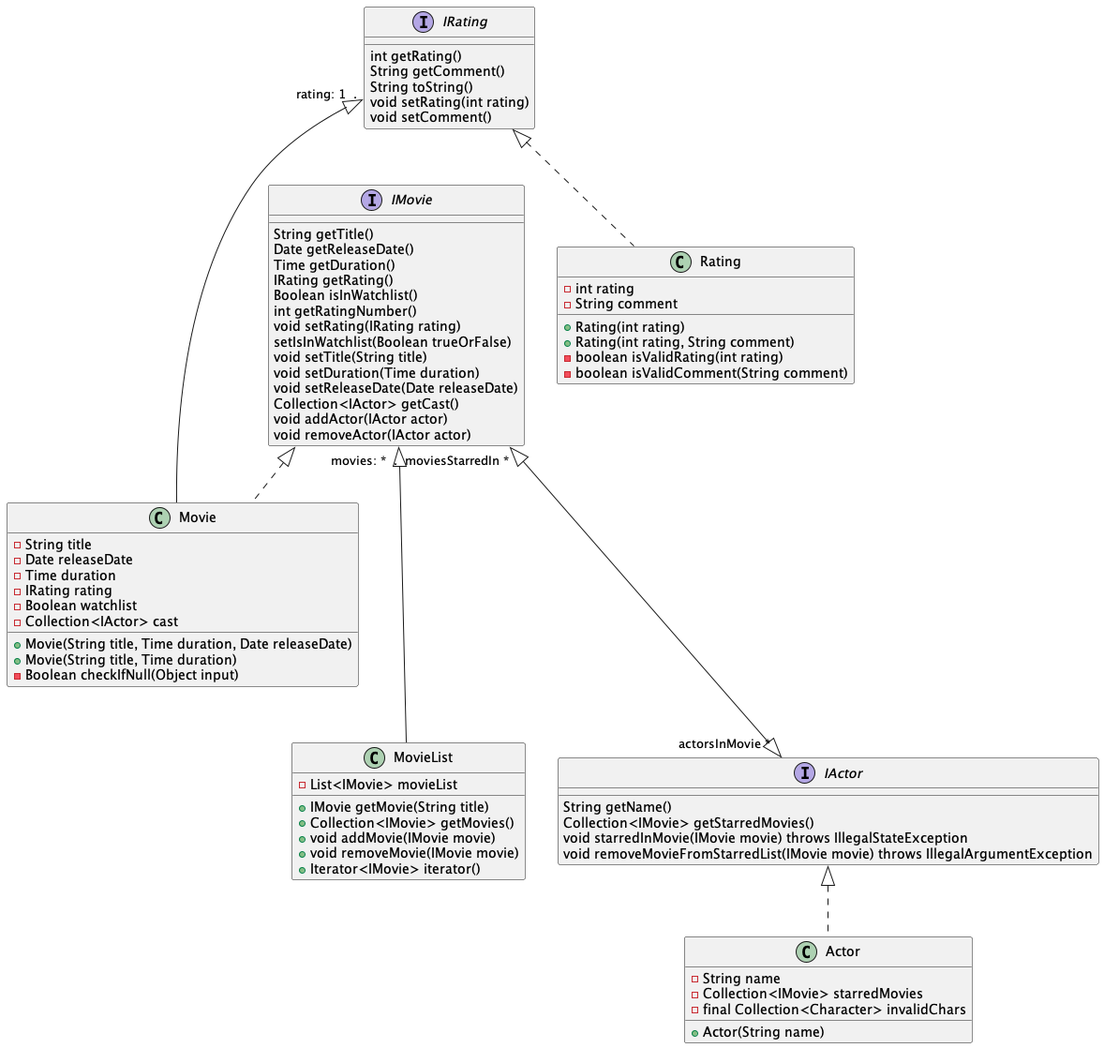
Above: mmt/diagrams/core-class-diagran-v2.png in AndreasMarken/IT1901 (PlantUML), before the change.
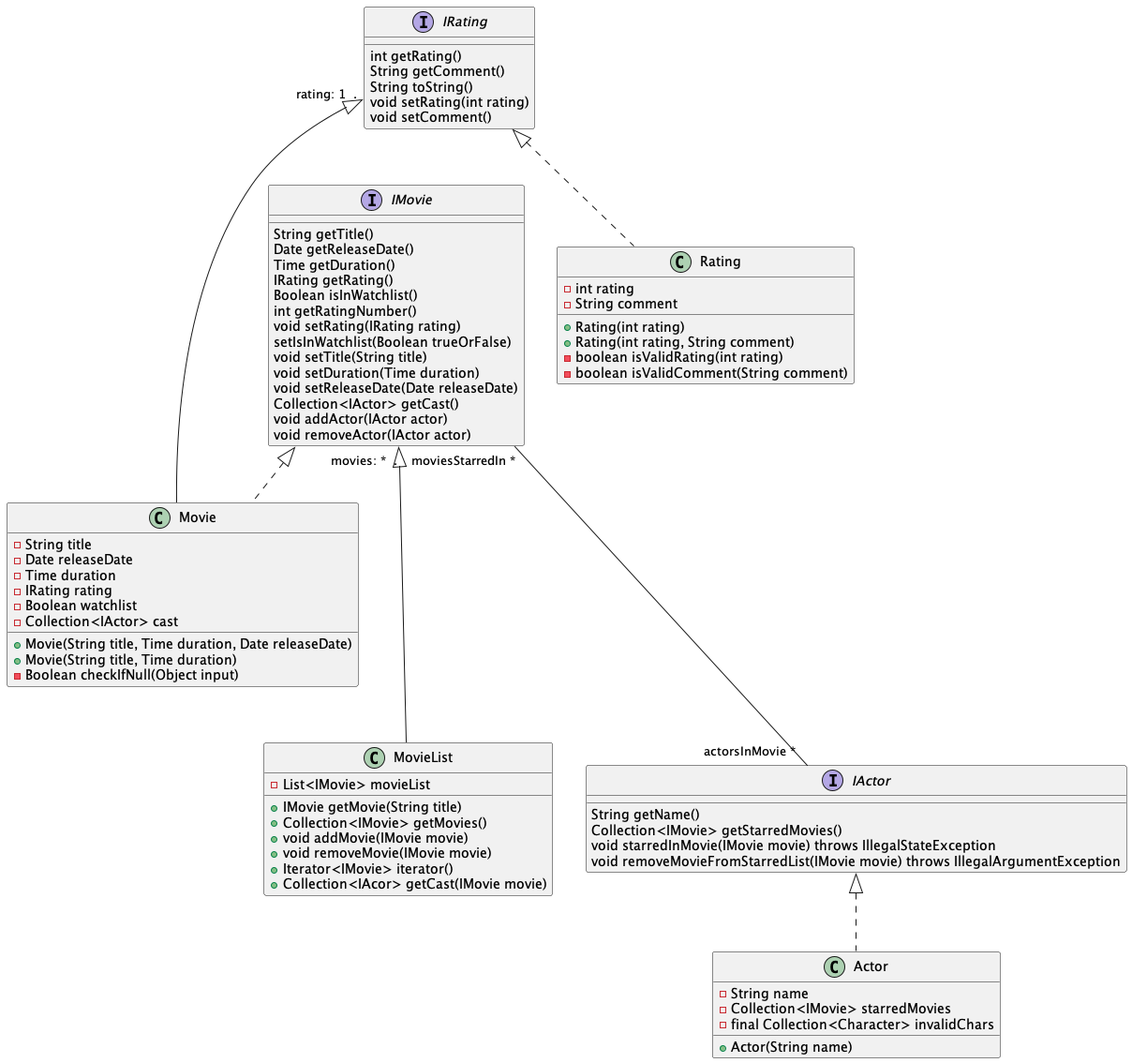
Above is the later version.

Commit message:
Issue: #55. Commiting the new png file of the core class diagram.

What changed in the source:
```diff
@@ -54,7 +54,7 @@
     + void addMovie(IMovie movie)
     + void removeMovie(IMovie movie)
     + Iterator<IMovie> iterator()
-
+    + Collection<IAcor> getCast(IMovie movie)
 }
 
 interface IActor {
@@ -73,7 +73,7 @@
 
 IMovie "movies: *  ." <|--- MovieList
 IRating "rating: 1  ." <|--- Movie
-IMovie "moviesStarredIn * " <|---|> "actorsInMovie *" IActor
+IMovie "moviesStarredIn * " --- "actorsInMovie *" IActor
 IMovie <|.. Movie
 IRating <|.. Rating
 IActor <|.. Actor
```
